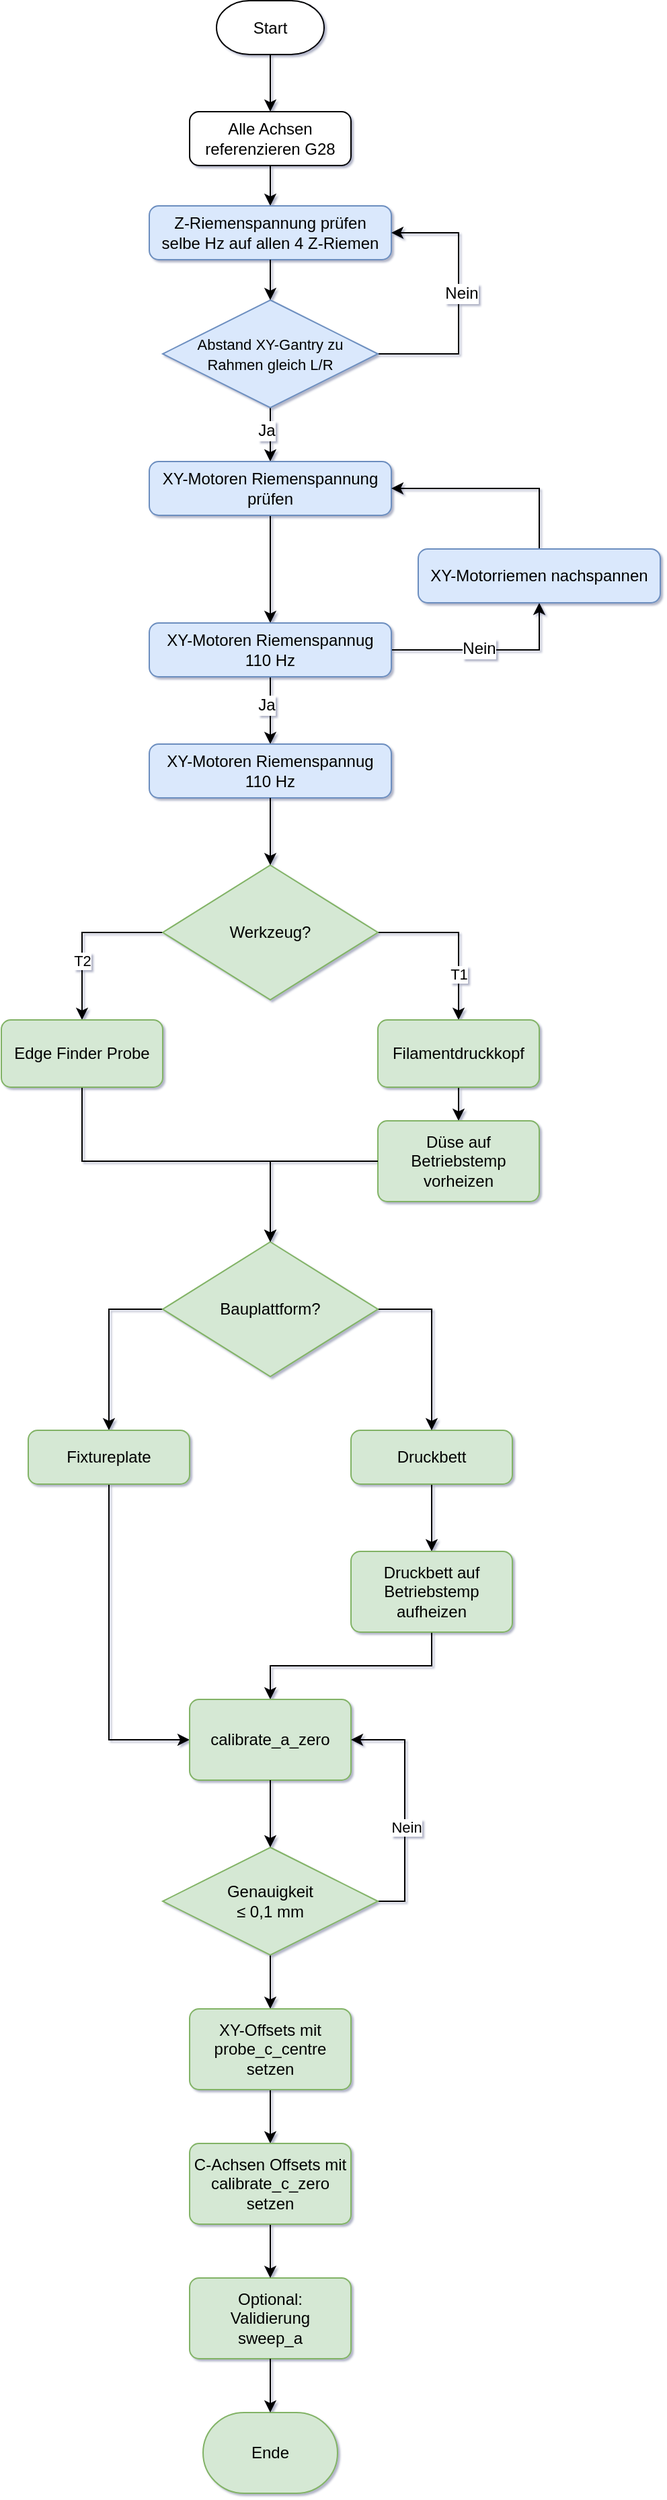
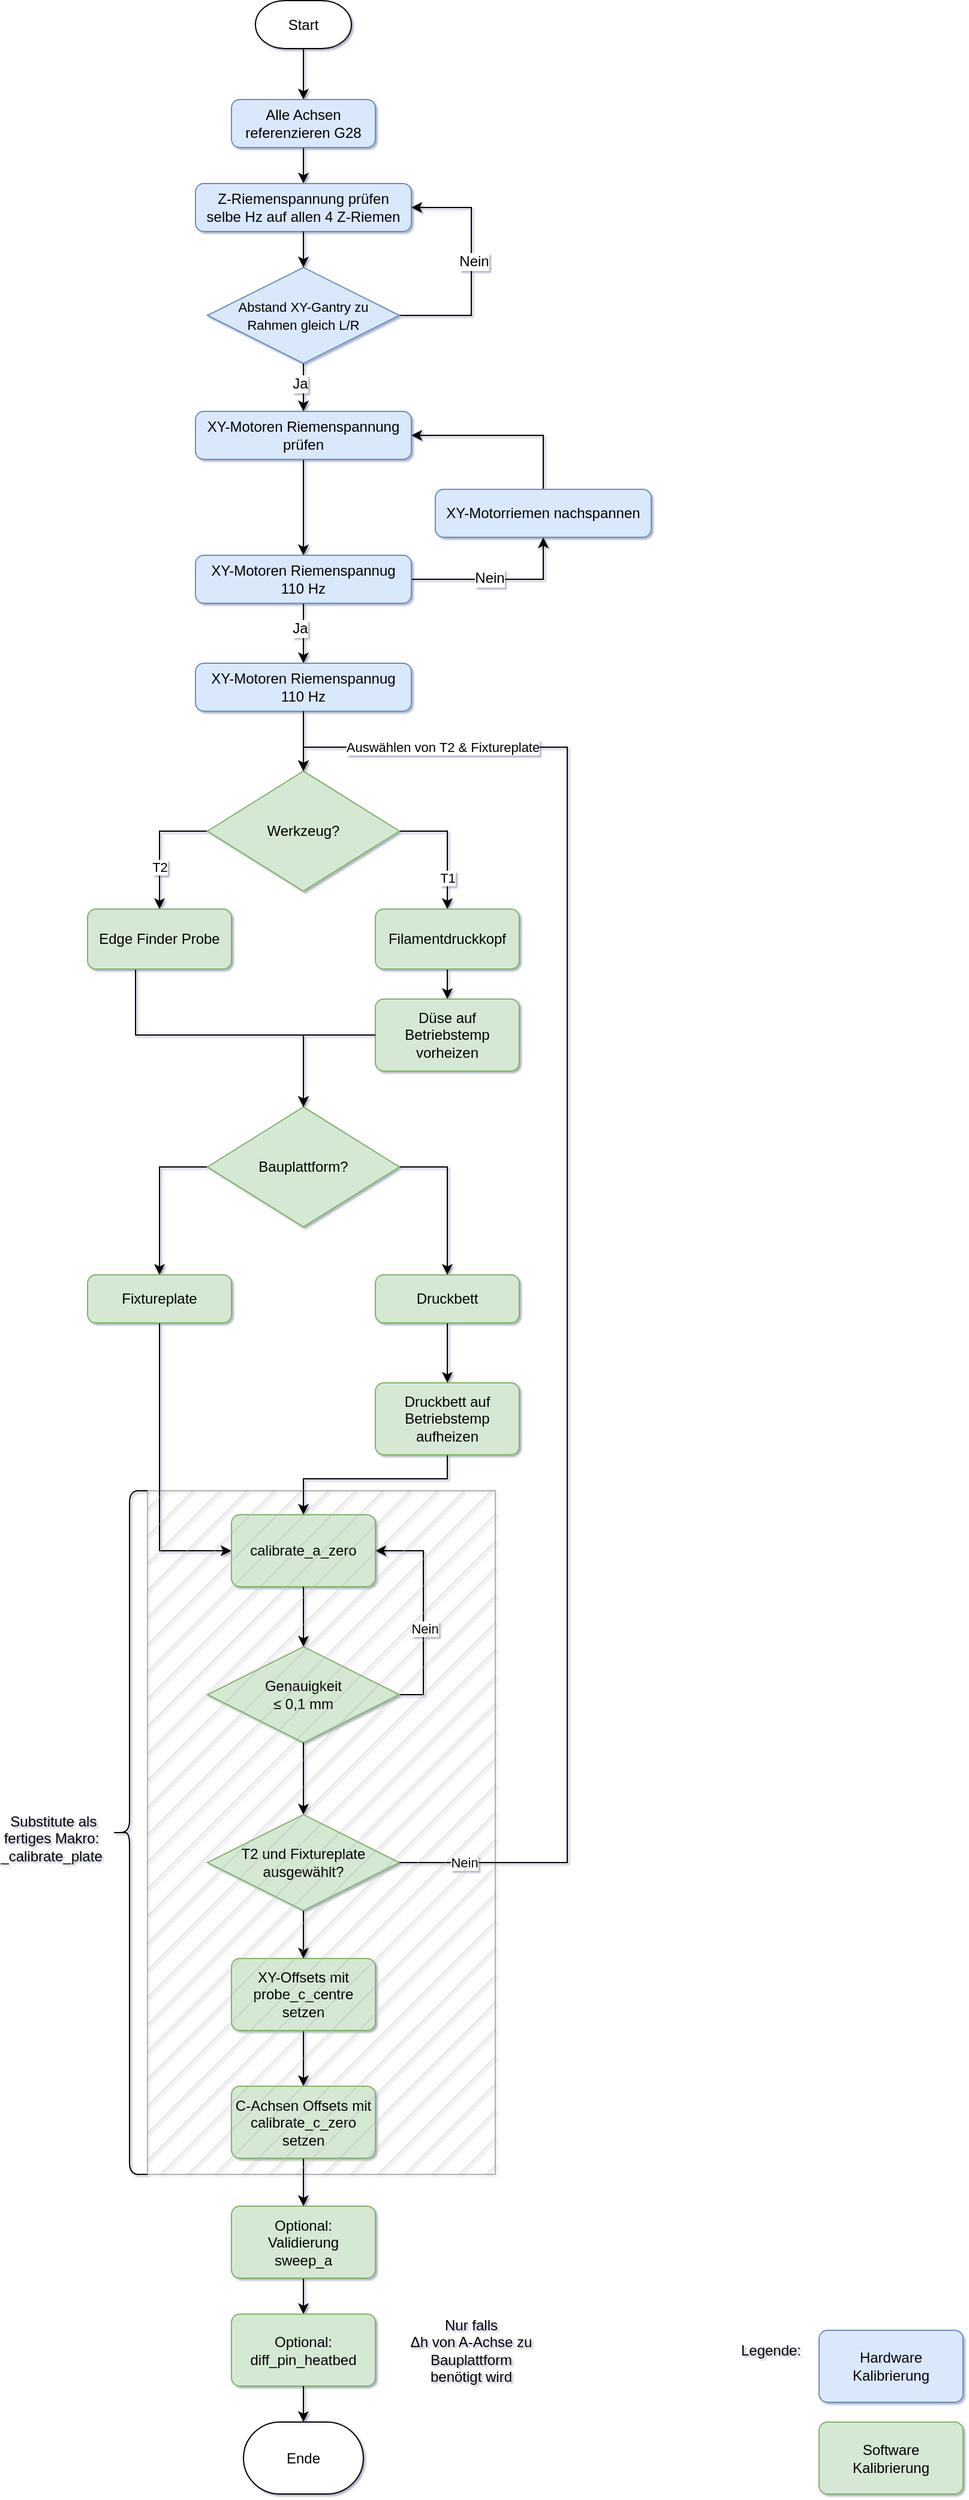
<mxfile host="app.diagrams.net" agent="5.0 (Windows NT 10.0; Win64; x64) AppleWebKit/537.36 (KHTML, like Gecko) Chrome/90.0.4430.212 Safari/537.36">
  <diagram name="Page-1" id="edf60f1a-56cd-e834-aa8a-f176f3a09ee4">
-     <mxGraphModel dx="1285" dy="706" grid="1" gridSize="10" guides="1" tooltips="1" connect="1" arrows="1" fold="1" page="1" pageScale="1" pageWidth="827" pageHeight="1169" background="none" math="0" shadow="1">
+     <mxGraphModel dx="1956" dy="1083" grid="1" gridSize="10" guides="1" tooltips="1" connect="1" arrows="1" fold="1" page="1" pageScale="1" pageWidth="827" pageHeight="1169" background="none" math="0" shadow="1">
      <root>
        <mxCell id="0" />
        <mxCell id="1" parent="0" />
        <mxCell id="6Rv4Ys9wquxRduYXBmIy-14" edge="1" parent="1" source="6Rv4Ys9wquxRduYXBmIy-1" style="edgeStyle=orthogonalEdgeStyle;rounded=0;orthogonalLoop=1;jettySize=auto;html=1;entryX=0.5;entryY=0;entryDx=0;entryDy=0;" target="_VjE9AJelsqWNRG-cR2B-2" value="">
          <mxGeometry relative="1" as="geometry">
            <mxPoint x="260" y="160" as="targetPoint" />
          </mxGeometry>
        </mxCell>
        <mxCell id="6Rv4Ys9wquxRduYXBmIy-1" parent="1" style="rounded=1;whiteSpace=wrap;html=1;strokeWidth=1;shape=mxgraph.flowchart.terminator;" value="Start" vertex="1">
          <mxGeometry height="40" width="80" x="220" y="77.5" as="geometry" />
        </mxCell>
        <mxCell id="_VjE9AJelsqWNRG-cR2B-6" edge="1" parent="1" source="_VjE9AJelsqWNRG-cR2B-2" style="edgeStyle=orthogonalEdgeStyle;rounded=0;orthogonalLoop=1;jettySize=auto;html=1;exitX=0.5;exitY=1;exitDx=0;exitDy=0;entryX=0.5;entryY=0;entryDx=0;entryDy=0;fontFamily=Helvetica;fontSize=12;fontColor=default;" target="_VjE9AJelsqWNRG-cR2B-5">
          <mxGeometry relative="1" as="geometry" />
        </mxCell>
-         <mxCell id="_VjE9AJelsqWNRG-cR2B-2" parent="1" style="rounded=1;whiteSpace=wrap;html=1;absoluteArcSize=1;arcSize=14;strokeWidth=1;strokeColor=default;align=center;verticalAlign=middle;fontFamily=Helvetica;fontSize=12;fontColor=default;fillColor=default;" value="Alle Achsen referenzieren G28" vertex="1">
+         <mxCell id="_VjE9AJelsqWNRG-cR2B-2" parent="1" style="rounded=1;whiteSpace=wrap;html=1;absoluteArcSize=1;arcSize=14;strokeWidth=1;strokeColor=#6c8ebf;align=center;verticalAlign=middle;fontFamily=Helvetica;fontSize=12;fillColor=#dae8fc;" value="Alle Achsen referenzieren G28" vertex="1">
          <mxGeometry height="40" width="120" x="200" y="160" as="geometry" />
        </mxCell>
        <mxCell id="_VjE9AJelsqWNRG-cR2B-5" parent="1" style="rounded=1;whiteSpace=wrap;html=1;absoluteArcSize=1;arcSize=14;strokeWidth=1;strokeColor=#6c8ebf;align=center;verticalAlign=middle;fontFamily=Helvetica;fontSize=12;fillColor=#dae8fc;" value="Z-Riemenspannung prüfen&lt;div&gt;selbe Hz auf allen 4 Z-Riemen&lt;/div&gt;" vertex="1">
          <mxGeometry height="40" width="180" x="170" y="230" as="geometry" />
        </mxCell>
        <mxCell id="_VjE9AJelsqWNRG-cR2B-9" edge="1" parent="1" source="_VjE9AJelsqWNRG-cR2B-7" style="edgeStyle=orthogonalEdgeStyle;rounded=0;orthogonalLoop=1;jettySize=auto;html=1;exitX=1;exitY=0.5;exitDx=0;exitDy=0;exitPerimeter=0;entryX=1;entryY=0.5;entryDx=0;entryDy=0;fontFamily=Helvetica;fontSize=12;fontColor=default;" target="_VjE9AJelsqWNRG-cR2B-5">
          <mxGeometry relative="1" as="geometry">
            <Array as="points">
              <mxPoint x="400" y="340" />
              <mxPoint x="400" y="250" />
            </Array>
          </mxGeometry>
        </mxCell>
        <mxCell id="_VjE9AJelsqWNRG-cR2B-10" connectable="0" parent="_VjE9AJelsqWNRG-cR2B-9" style="edgeLabel;html=1;align=center;verticalAlign=middle;resizable=0;points=[];rounded=1;strokeColor=default;strokeWidth=1;arcSize=14;absoluteArcSize=1;fontFamily=Helvetica;fontSize=12;fontColor=default;fillColor=default;" value="Nein" vertex="1">
          <mxGeometry relative="1" x="0.0496" y="-2" as="geometry">
            <mxPoint as="offset" />
          </mxGeometry>
        </mxCell>
        <mxCell id="_VjE9AJelsqWNRG-cR2B-12" edge="1" parent="1" source="_VjE9AJelsqWNRG-cR2B-7" style="edgeStyle=orthogonalEdgeStyle;rounded=0;orthogonalLoop=1;jettySize=auto;html=1;exitX=0.5;exitY=1;exitDx=0;exitDy=0;exitPerimeter=0;entryX=0.5;entryY=0;entryDx=0;entryDy=0;fontFamily=Helvetica;fontSize=12;fontColor=default;" target="_VjE9AJelsqWNRG-cR2B-16">
          <mxGeometry relative="1" as="geometry">
            <mxPoint x="260" y="430" as="targetPoint" />
          </mxGeometry>
        </mxCell>
        <mxCell id="_VjE9AJelsqWNRG-cR2B-14" connectable="0" parent="_VjE9AJelsqWNRG-cR2B-12" style="edgeLabel;html=1;align=center;verticalAlign=middle;resizable=0;points=[];rounded=1;strokeColor=default;strokeWidth=1;arcSize=14;absoluteArcSize=1;fontFamily=Helvetica;fontSize=12;fontColor=default;fillColor=default;" value="Ja" vertex="1">
          <mxGeometry relative="1" x="-0.1467" y="-3" as="geometry">
            <mxPoint as="offset" />
          </mxGeometry>
        </mxCell>
        <mxCell id="_VjE9AJelsqWNRG-cR2B-7" parent="1" style="strokeWidth=1;html=1;shape=mxgraph.flowchart.decision;whiteSpace=wrap;rounded=1;strokeColor=#6c8ebf;align=center;verticalAlign=middle;arcSize=14;absoluteArcSize=1;fontFamily=Helvetica;fontSize=12;fillColor=#dae8fc;" value="&lt;font style=&quot;font-size: 11px;&quot;&gt;Abstand XY-Gantry zu&lt;br&gt;Rahmen gleich L/R&lt;/font&gt;" vertex="1">
          <mxGeometry height="80" width="160" x="180" y="300" as="geometry" />
        </mxCell>
        <mxCell id="_VjE9AJelsqWNRG-cR2B-8" edge="1" parent="1" source="_VjE9AJelsqWNRG-cR2B-5" style="edgeStyle=orthogonalEdgeStyle;rounded=0;orthogonalLoop=1;jettySize=auto;html=1;exitX=0.5;exitY=1;exitDx=0;exitDy=0;entryX=0.5;entryY=0;entryDx=0;entryDy=0;entryPerimeter=0;fontFamily=Helvetica;fontSize=12;fontColor=default;" target="_VjE9AJelsqWNRG-cR2B-7">
          <mxGeometry relative="1" as="geometry" />
        </mxCell>
        <mxCell id="_VjE9AJelsqWNRG-cR2B-20" edge="1" parent="1" source="_VjE9AJelsqWNRG-cR2B-16" style="edgeStyle=orthogonalEdgeStyle;rounded=0;orthogonalLoop=1;jettySize=auto;html=1;fontFamily=Helvetica;fontSize=12;fontColor=default;" target="_VjE9AJelsqWNRG-cR2B-19" value="">
          <mxGeometry relative="1" as="geometry" />
        </mxCell>
        <mxCell id="_VjE9AJelsqWNRG-cR2B-16" parent="1" style="rounded=1;whiteSpace=wrap;html=1;absoluteArcSize=1;arcSize=14;strokeWidth=1;strokeColor=#6c8ebf;align=center;verticalAlign=middle;fontFamily=Helvetica;fontSize=12;fillColor=#dae8fc;" value="XY-Motoren Riemenspannung prüfen" vertex="1">
          <mxGeometry height="40" width="180" x="170" y="420" as="geometry" />
        </mxCell>
        <mxCell id="_VjE9AJelsqWNRG-cR2B-23" edge="1" parent="1" source="_VjE9AJelsqWNRG-cR2B-19" style="edgeStyle=orthogonalEdgeStyle;rounded=0;orthogonalLoop=1;jettySize=auto;html=1;fontFamily=Helvetica;fontSize=12;fontColor=default;entryX=0.5;entryY=1;entryDx=0;entryDy=0;" target="_VjE9AJelsqWNRG-cR2B-22" value="">
          <mxGeometry relative="1" as="geometry" />
        </mxCell>
        <mxCell id="_VjE9AJelsqWNRG-cR2B-25" connectable="0" parent="_VjE9AJelsqWNRG-cR2B-23" style="edgeLabel;html=1;align=center;verticalAlign=middle;resizable=0;points=[];rounded=1;strokeColor=default;strokeWidth=1;arcSize=14;absoluteArcSize=1;fontFamily=Helvetica;fontSize=12;fontColor=default;fillColor=default;" value="Nein" vertex="1">
          <mxGeometry relative="1" x="-0.1088" y="1" as="geometry">
            <mxPoint as="offset" />
          </mxGeometry>
        </mxCell>
        <mxCell id="_VjE9AJelsqWNRG-cR2B-27" edge="1" parent="1" source="_VjE9AJelsqWNRG-cR2B-19" style="edgeStyle=orthogonalEdgeStyle;rounded=0;orthogonalLoop=1;jettySize=auto;html=1;fontFamily=Helvetica;fontSize=12;fontColor=default;" target="_VjE9AJelsqWNRG-cR2B-26" value="">
          <mxGeometry relative="1" as="geometry" />
        </mxCell>
        <mxCell id="_VjE9AJelsqWNRG-cR2B-28" connectable="0" parent="_VjE9AJelsqWNRG-cR2B-27" style="edgeLabel;html=1;align=center;verticalAlign=middle;resizable=0;points=[];rounded=1;strokeColor=default;strokeWidth=1;arcSize=14;absoluteArcSize=1;fontFamily=Helvetica;fontSize=12;fontColor=default;fillColor=default;" value="Ja" vertex="1">
          <mxGeometry relative="1" x="-0.176" y="-3" as="geometry">
            <mxPoint as="offset" />
          </mxGeometry>
        </mxCell>
        <mxCell id="_VjE9AJelsqWNRG-cR2B-19" parent="1" style="rounded=1;whiteSpace=wrap;html=1;absoluteArcSize=1;arcSize=14;strokeWidth=1;strokeColor=#6c8ebf;align=center;verticalAlign=middle;fontFamily=Helvetica;fontSize=12;fillColor=#dae8fc;" value="XY-Motoren Riemenspannug&lt;div&gt;110 Hz&lt;/div&gt;" vertex="1">
          <mxGeometry height="40" width="180" x="170" y="540" as="geometry" />
        </mxCell>
        <mxCell id="_VjE9AJelsqWNRG-cR2B-24" edge="1" parent="1" source="_VjE9AJelsqWNRG-cR2B-22" style="edgeStyle=orthogonalEdgeStyle;rounded=0;orthogonalLoop=1;jettySize=auto;html=1;exitX=0.5;exitY=0;exitDx=0;exitDy=0;entryX=1;entryY=0.5;entryDx=0;entryDy=0;fontFamily=Helvetica;fontSize=12;fontColor=default;" target="_VjE9AJelsqWNRG-cR2B-16">
          <mxGeometry relative="1" as="geometry" />
        </mxCell>
        <mxCell id="_VjE9AJelsqWNRG-cR2B-22" parent="1" style="rounded=1;whiteSpace=wrap;html=1;absoluteArcSize=1;arcSize=14;strokeWidth=1;strokeColor=#6c8ebf;align=center;verticalAlign=middle;fontFamily=Helvetica;fontSize=12;fillColor=#dae8fc;" value="XY-Motorriemen nachspannen" vertex="1">
          <mxGeometry height="40" width="180" x="370" y="485" as="geometry" />
        </mxCell>
        <mxCell id="_VjE9AJelsqWNRG-cR2B-26" parent="1" style="rounded=1;whiteSpace=wrap;html=1;absoluteArcSize=1;arcSize=14;strokeWidth=1;strokeColor=#6c8ebf;align=center;verticalAlign=middle;fontFamily=Helvetica;fontSize=12;fillColor=#dae8fc;" value="XY-Motoren Riemenspannug&lt;div&gt;110 Hz&lt;/div&gt;" vertex="1">
          <mxGeometry height="40" width="180" x="170" y="630" as="geometry" />
        </mxCell>
        <mxCell id="yzWLUrRVBPCjE_x2O5sb-3" edge="1" parent="1" source="_VjE9AJelsqWNRG-cR2B-31" style="edgeStyle=orthogonalEdgeStyle;rounded=0;orthogonalLoop=1;jettySize=auto;html=1;exitX=0;exitY=0.5;exitDx=0;exitDy=0;exitPerimeter=0;entryX=0.5;entryY=0;entryDx=0;entryDy=0;" target="_VjE9AJelsqWNRG-cR2B-47">
          <mxGeometry relative="1" as="geometry" />
        </mxCell>
        <mxCell id="yzWLUrRVBPCjE_x2O5sb-6" connectable="0" parent="yzWLUrRVBPCjE_x2O5sb-3" style="edgeLabel;html=1;align=center;verticalAlign=middle;resizable=0;points=[];" value="T2" vertex="1">
          <mxGeometry relative="1" x="0.0798" y="-2" as="geometry">
            <mxPoint x="2" y="13" as="offset" />
          </mxGeometry>
        </mxCell>
        <mxCell id="yzWLUrRVBPCjE_x2O5sb-4" edge="1" parent="1" source="_VjE9AJelsqWNRG-cR2B-31" style="edgeStyle=orthogonalEdgeStyle;rounded=0;orthogonalLoop=1;jettySize=auto;html=1;exitX=1;exitY=0.5;exitDx=0;exitDy=0;exitPerimeter=0;entryX=0.5;entryY=0;entryDx=0;entryDy=0;" target="_VjE9AJelsqWNRG-cR2B-33">
          <mxGeometry relative="1" as="geometry" />
        </mxCell>
        <mxCell id="yzWLUrRVBPCjE_x2O5sb-5" connectable="0" parent="yzWLUrRVBPCjE_x2O5sb-4" style="edgeLabel;html=1;align=center;verticalAlign=middle;resizable=0;points=[];" value="T1" vertex="1">
          <mxGeometry relative="1" x="0.1738" y="2" as="geometry">
            <mxPoint x="-2" y="17" as="offset" />
          </mxGeometry>
        </mxCell>
        <mxCell id="_VjE9AJelsqWNRG-cR2B-31" parent="1" style="strokeWidth=1;html=1;shape=mxgraph.flowchart.decision;whiteSpace=wrap;rounded=1;align=center;verticalAlign=middle;arcSize=14;absoluteArcSize=1;fontFamily=Helvetica;fontSize=12;fillColor=#d5e8d4;strokeColor=#82b366;" value="Werkzeug?" vertex="1">
          <mxGeometry height="100" width="160" x="180" y="720" as="geometry" />
        </mxCell>
        <mxCell id="_VjE9AJelsqWNRG-cR2B-32" edge="1" parent="1" source="_VjE9AJelsqWNRG-cR2B-26" style="edgeStyle=orthogonalEdgeStyle;rounded=0;orthogonalLoop=1;jettySize=auto;html=1;exitX=0.5;exitY=1;exitDx=0;exitDy=0;entryX=0.5;entryY=0;entryDx=0;entryDy=0;entryPerimeter=0;fontFamily=Helvetica;fontSize=12;fontColor=default;" target="_VjE9AJelsqWNRG-cR2B-31">
          <mxGeometry relative="1" as="geometry" />
        </mxCell>
        <mxCell id="yzWLUrRVBPCjE_x2O5sb-7" edge="1" parent="1" source="_VjE9AJelsqWNRG-cR2B-33" style="edgeStyle=orthogonalEdgeStyle;rounded=0;orthogonalLoop=1;jettySize=auto;html=1;exitX=0.5;exitY=1;exitDx=0;exitDy=0;entryX=0.5;entryY=0;entryDx=0;entryDy=0;" target="_VjE9AJelsqWNRG-cR2B-52">
          <mxGeometry relative="1" as="geometry" />
        </mxCell>
        <mxCell id="_VjE9AJelsqWNRG-cR2B-33" parent="1" style="whiteSpace=wrap;html=1;strokeWidth=1;rounded=1;arcSize=14;absoluteArcSize=1;fillColor=#d5e8d4;strokeColor=#82b366;" value="Filamentdruckkopf" vertex="1">
-           <mxGeometry height="50" width="120" x="340" y="835" as="geometry" />
+           <mxGeometry height="50" width="120" x="320" y="835" as="geometry" />
        </mxCell>
        <mxCell id="-hY4OvKay7_CAMQPIOxO-2" edge="1" parent="1" source="_VjE9AJelsqWNRG-cR2B-36" style="edgeStyle=orthogonalEdgeStyle;rounded=0;orthogonalLoop=1;jettySize=auto;html=1;" target="-hY4OvKay7_CAMQPIOxO-1" value="">
          <mxGeometry relative="1" as="geometry" />
        </mxCell>
        <mxCell id="_VjE9AJelsqWNRG-cR2B-36" parent="1" style="whiteSpace=wrap;html=1;strokeWidth=1;rounded=1;arcSize=14;absoluteArcSize=1;fillColor=#d5e8d4;strokeColor=#82b366;" value="Druckbett" vertex="1">
          <mxGeometry height="40" width="120" x="320" y="1140" as="geometry" />
        </mxCell>
        <mxCell id="_VjE9AJelsqWNRG-cR2B-73" edge="1" parent="1" source="_VjE9AJelsqWNRG-cR2B-42" style="edgeStyle=orthogonalEdgeStyle;rounded=0;orthogonalLoop=1;jettySize=auto;html=1;exitX=1;exitY=0.5;exitDx=0;exitDy=0;exitPerimeter=0;entryX=0.5;entryY=0;entryDx=0;entryDy=0;fontFamily=Helvetica;fontSize=12;fontColor=default;" target="_VjE9AJelsqWNRG-cR2B-36">
          <mxGeometry relative="1" as="geometry" />
        </mxCell>
        <mxCell id="_VjE9AJelsqWNRG-cR2B-74" edge="1" parent="1" source="_VjE9AJelsqWNRG-cR2B-42" style="edgeStyle=orthogonalEdgeStyle;rounded=0;orthogonalLoop=1;jettySize=auto;html=1;exitX=0;exitY=0.5;exitDx=0;exitDy=0;exitPerimeter=0;entryX=0.5;entryY=0;entryDx=0;entryDy=0;fontFamily=Helvetica;fontSize=12;fontColor=default;" target="_VjE9AJelsqWNRG-cR2B-45">
          <mxGeometry relative="1" as="geometry" />
        </mxCell>
        <mxCell id="_VjE9AJelsqWNRG-cR2B-42" parent="1" style="strokeWidth=1;html=1;shape=mxgraph.flowchart.decision;whiteSpace=wrap;rounded=1;align=center;verticalAlign=middle;arcSize=14;absoluteArcSize=1;fontFamily=Helvetica;fontSize=12;fillColor=#d5e8d4;strokeColor=#82b366;" value="Bauplattform?" vertex="1">
          <mxGeometry height="100" width="160" x="180" y="1000" as="geometry" />
        </mxCell>
        <mxCell id="yzWLUrRVBPCjE_x2O5sb-12" edge="1" parent="1" source="_VjE9AJelsqWNRG-cR2B-45" style="edgeStyle=orthogonalEdgeStyle;rounded=0;orthogonalLoop=1;jettySize=auto;html=1;entryX=0;entryY=0.5;entryDx=0;entryDy=0;" target="-hY4OvKay7_CAMQPIOxO-3" value="">
          <mxGeometry relative="1" as="geometry">
            <mxPoint x="140" y="1230" as="targetPoint" />
          </mxGeometry>
        </mxCell>
        <mxCell id="_VjE9AJelsqWNRG-cR2B-45" parent="1" style="whiteSpace=wrap;html=1;strokeWidth=1;rounded=1;arcSize=14;absoluteArcSize=1;fillColor=#d5e8d4;strokeColor=#82b366;" value="Fixtureplate" vertex="1">
          <mxGeometry height="40" width="120" x="80" y="1140" as="geometry" />
        </mxCell>
        <mxCell id="yzWLUrRVBPCjE_x2O5sb-10" edge="1" parent="1" source="_VjE9AJelsqWNRG-cR2B-47" style="edgeStyle=orthogonalEdgeStyle;rounded=0;orthogonalLoop=1;jettySize=auto;html=1;exitX=0.5;exitY=1;exitDx=0;exitDy=0;">
          <mxGeometry relative="1" as="geometry">
            <Array as="points">
              <mxPoint x="120" y="940" />
              <mxPoint x="260" y="940" />
            </Array>
            <mxPoint x="260" y="1000" as="targetPoint" />
          </mxGeometry>
        </mxCell>
        <mxCell id="_VjE9AJelsqWNRG-cR2B-47" parent="1" style="whiteSpace=wrap;html=1;strokeWidth=1;rounded=1;arcSize=14;absoluteArcSize=1;fillColor=#d5e8d4;strokeColor=#82b366;" value="Edge Finder Probe" vertex="1">
-           <mxGeometry height="50" width="120" x="60" y="835" as="geometry" />
+           <mxGeometry height="50" width="120" x="80" y="835" as="geometry" />
        </mxCell>
        <mxCell id="_VjE9AJelsqWNRG-cR2B-52" parent="1" style="whiteSpace=wrap;html=1;strokeWidth=1;rounded=1;arcSize=14;absoluteArcSize=1;fillColor=#d5e8d4;strokeColor=#82b366;" value="Düse auf Betriebstemp vorheizen" vertex="1">
-           <mxGeometry height="60" width="120" x="340" y="910" as="geometry" />
+           <mxGeometry height="60" width="120" x="320" y="910" as="geometry" />
        </mxCell>
        <mxCell id="yzWLUrRVBPCjE_x2O5sb-14" edge="1" parent="1" source="-hY4OvKay7_CAMQPIOxO-1" style="edgeStyle=orthogonalEdgeStyle;rounded=0;orthogonalLoop=1;jettySize=auto;html=1;exitX=0.5;exitY=1;exitDx=0;exitDy=0;entryX=0.5;entryY=0;entryDx=0;entryDy=0;" target="-hY4OvKay7_CAMQPIOxO-3">
-           <mxGeometry relative="1" as="geometry" />
+           <mxGeometry relative="1" as="geometry">
+             <Array as="points">
+               <mxPoint x="380" y="1310" />
+               <mxPoint x="260" y="1310" />
+             </Array>
+           </mxGeometry>
        </mxCell>
        <mxCell id="-hY4OvKay7_CAMQPIOxO-1" parent="1" style="whiteSpace=wrap;html=1;strokeWidth=1;rounded=1;arcSize=14;absoluteArcSize=1;fillColor=#d5e8d4;strokeColor=#82b366;" value="Druckbett auf Betriebstemp&lt;br&gt;aufheizen" vertex="1">
          <mxGeometry height="60" width="120" x="320" y="1230" as="geometry" />
        </mxCell>
        <mxCell id="-hY4OvKay7_CAMQPIOxO-3" parent="1" style="whiteSpace=wrap;html=1;strokeWidth=1;rounded=1;arcSize=14;absoluteArcSize=1;fillColor=#d5e8d4;strokeColor=#82b366;" value="calibrate_a_zero" vertex="1">
          <mxGeometry height="60" width="120" x="200" y="1340" as="geometry" />
        </mxCell>
        <mxCell id="-hY4OvKay7_CAMQPIOxO-7" edge="1" parent="1" source="-hY4OvKay7_CAMQPIOxO-5" style="edgeStyle=orthogonalEdgeStyle;rounded=0;orthogonalLoop=1;jettySize=auto;html=1;exitX=1;exitY=0.5;exitDx=0;exitDy=0;exitPerimeter=0;entryX=1;entryY=0.5;entryDx=0;entryDy=0;" target="-hY4OvKay7_CAMQPIOxO-3">
          <mxGeometry relative="1" as="geometry" />
        </mxCell>
        <mxCell id="-hY4OvKay7_CAMQPIOxO-8" connectable="0" parent="-hY4OvKay7_CAMQPIOxO-7" style="edgeLabel;html=1;align=center;verticalAlign=middle;resizable=0;points=[];" value="Nein" vertex="1">
          <mxGeometry relative="1" x="-0.1603" y="-1" as="geometry">
            <mxPoint as="offset" />
          </mxGeometry>
        </mxCell>
-         <mxCell id="yzWLUrRVBPCjE_x2O5sb-16" edge="1" parent="1" source="-hY4OvKay7_CAMQPIOxO-5" style="edgeStyle=orthogonalEdgeStyle;rounded=0;orthogonalLoop=1;jettySize=auto;html=1;" target="yzWLUrRVBPCjE_x2O5sb-15" value="">
-           <mxGeometry relative="1" as="geometry" />
-         </mxCell>
        <mxCell id="-hY4OvKay7_CAMQPIOxO-5" parent="1" style="strokeWidth=1;html=1;shape=mxgraph.flowchart.decision;whiteSpace=wrap;rounded=1;align=center;verticalAlign=middle;arcSize=14;absoluteArcSize=1;fontFamily=Helvetica;fontSize=12;fillColor=#d5e8d4;strokeColor=#82b366;" value="Genauigkeit&lt;br&gt;≤ 0,1 mm" vertex="1">
          <mxGeometry height="80" width="160" x="180" y="1450" as="geometry" />
        </mxCell>
        <mxCell id="-hY4OvKay7_CAMQPIOxO-6" edge="1" parent="1" source="-hY4OvKay7_CAMQPIOxO-3" style="edgeStyle=orthogonalEdgeStyle;rounded=0;orthogonalLoop=1;jettySize=auto;html=1;exitX=0.5;exitY=1;exitDx=0;exitDy=0;entryX=0.5;entryY=0;entryDx=0;entryDy=0;entryPerimeter=0;" target="-hY4OvKay7_CAMQPIOxO-5">
          <mxGeometry relative="1" as="geometry" />
        </mxCell>
+         <mxCell id="FIi98QtTblRB16goCm3a-5" edge="1" parent="1" source="-hY4OvKay7_CAMQPIOxO-9" style="edgeStyle=orthogonalEdgeStyle;rounded=0;orthogonalLoop=1;jettySize=auto;html=1;exitX=0.5;exitY=1;exitDx=0;exitDy=0;entryX=0.5;entryY=0;entryDx=0;entryDy=0;" target="FIi98QtTblRB16goCm3a-4">
+           <mxGeometry relative="1" as="geometry" />
+         </mxCell>
        <mxCell id="-hY4OvKay7_CAMQPIOxO-9" parent="1" style="whiteSpace=wrap;html=1;strokeWidth=1;rounded=1;arcSize=14;absoluteArcSize=1;fillColor=#d5e8d4;strokeColor=#82b366;" value="Optional: &lt;br&gt;Validierung&lt;br&gt;sweep_a" vertex="1">
-           <mxGeometry height="60" width="120" x="200" y="1770" as="geometry" />
-         </mxCell>
-         <mxCell id="-hY4OvKay7_CAMQPIOxO-11" parent="1" style="strokeWidth=1;html=1;shape=mxgraph.flowchart.terminator;whiteSpace=wrap;fillColor=#d5e8d4;strokeColor=#82b366;" value="Ende" vertex="1">
-           <mxGeometry height="60" width="100" x="210" y="1870" as="geometry" />
+           <mxGeometry height="60" width="120" x="200" y="1916.5" as="geometry" />
+         </mxCell>
+         <mxCell id="-hY4OvKay7_CAMQPIOxO-11" parent="1" style="strokeWidth=1;html=1;shape=mxgraph.flowchart.terminator;whiteSpace=wrap;" value="Ende" vertex="1">
+           <mxGeometry height="60" width="100" x="210" y="2096.5" as="geometry" />
        </mxCell>
        <mxCell id="yzWLUrRVBPCjE_x2O5sb-9" edge="1" parent="1" source="_VjE9AJelsqWNRG-cR2B-52" style="edgeStyle=orthogonalEdgeStyle;rounded=0;orthogonalLoop=1;jettySize=auto;html=1;exitX=0;exitY=0.5;exitDx=0;exitDy=0;entryX=0.5;entryY=0;entryDx=0;entryDy=0;entryPerimeter=0;" target="_VjE9AJelsqWNRG-cR2B-42">
          <mxGeometry relative="1" as="geometry">
            <Array as="points">
              <mxPoint x="260" y="940" />
            </Array>
          </mxGeometry>
        </mxCell>
        <mxCell id="yzWLUrRVBPCjE_x2O5sb-18" edge="1" parent="1" source="yzWLUrRVBPCjE_x2O5sb-15" style="edgeStyle=orthogonalEdgeStyle;rounded=0;orthogonalLoop=1;jettySize=auto;html=1;" target="yzWLUrRVBPCjE_x2O5sb-17" value="">
          <mxGeometry relative="1" as="geometry" />
        </mxCell>
        <mxCell id="yzWLUrRVBPCjE_x2O5sb-15" parent="1" style="whiteSpace=wrap;html=1;strokeWidth=1;rounded=1;arcSize=14;absoluteArcSize=1;fillColor=#d5e8d4;strokeColor=#82b366;" value="XY-Offsets mit&lt;div&gt;probe_c_centre setzen&lt;/div&gt;" vertex="1">
-           <mxGeometry height="60" width="120" x="200" y="1570" as="geometry" />
+           <mxGeometry height="60" width="120" x="200" y="1710" as="geometry" />
        </mxCell>
        <mxCell id="yzWLUrRVBPCjE_x2O5sb-19" edge="1" parent="1" source="yzWLUrRVBPCjE_x2O5sb-17" style="edgeStyle=orthogonalEdgeStyle;rounded=0;orthogonalLoop=1;jettySize=auto;html=1;exitX=0.5;exitY=1;exitDx=0;exitDy=0;entryX=0.5;entryY=0;entryDx=0;entryDy=0;" target="-hY4OvKay7_CAMQPIOxO-9">
          <mxGeometry relative="1" as="geometry" />
        </mxCell>
        <mxCell id="yzWLUrRVBPCjE_x2O5sb-17" parent="1" style="whiteSpace=wrap;html=1;strokeWidth=1;rounded=1;arcSize=14;absoluteArcSize=1;fillColor=#d5e8d4;strokeColor=#82b366;" value="C-Achsen Offsets mit calibrate_c_zero setzen" vertex="1">
-           <mxGeometry height="60" width="120" x="200" y="1670" as="geometry" />
-         </mxCell>
-         <mxCell id="yzWLUrRVBPCjE_x2O5sb-20" edge="1" parent="1" source="-hY4OvKay7_CAMQPIOxO-9" style="edgeStyle=orthogonalEdgeStyle;rounded=0;orthogonalLoop=1;jettySize=auto;html=1;exitX=0.5;exitY=1;exitDx=0;exitDy=0;entryX=0.5;entryY=0;entryDx=0;entryDy=0;entryPerimeter=0;" target="-hY4OvKay7_CAMQPIOxO-11">
-           <mxGeometry relative="1" as="geometry" />
+           <mxGeometry height="60" width="120" x="200" y="1816.5" as="geometry" />
+         </mxCell>
+         <mxCell id="FIi98QtTblRB16goCm3a-4" parent="1" style="whiteSpace=wrap;html=1;strokeWidth=1;rounded=1;arcSize=14;absoluteArcSize=1;fillColor=#d5e8d4;strokeColor=#82b366;" value="Optional: &lt;br&gt;diff_pin_heatbed" vertex="1">
+           <mxGeometry height="60" width="120" x="200" y="2006.5" as="geometry" />
+         </mxCell>
+         <mxCell id="FIi98QtTblRB16goCm3a-6" edge="1" parent="1" source="FIi98QtTblRB16goCm3a-4" style="edgeStyle=orthogonalEdgeStyle;rounded=0;orthogonalLoop=1;jettySize=auto;html=1;exitX=0.5;exitY=1;exitDx=0;exitDy=0;entryX=0.5;entryY=0;entryDx=0;entryDy=0;entryPerimeter=0;" target="-hY4OvKay7_CAMQPIOxO-11">
+           <mxGeometry relative="1" as="geometry" />
+         </mxCell>
+         <mxCell id="FIi98QtTblRB16goCm3a-8" parent="1" style="text;html=1;whiteSpace=wrap;strokeColor=none;fillColor=none;align=center;verticalAlign=middle;rounded=0;" value="Nur falls&lt;div&gt;Δh von A-Achse zu Bauplattform&lt;/div&gt;&lt;div&gt;benötigt wird&lt;/div&gt;" vertex="1">
+           <mxGeometry height="30" width="140" x="330" y="2021.5" as="geometry" />
+         </mxCell>
+         <mxCell id="FIi98QtTblRB16goCm3a-20" edge="1" parent="1" source="FIi98QtTblRB16goCm3a-15" style="edgeStyle=orthogonalEdgeStyle;rounded=0;orthogonalLoop=1;jettySize=auto;html=1;exitX=0.5;exitY=1;exitDx=0;exitDy=0;exitPerimeter=0;entryX=0.5;entryY=0;entryDx=0;entryDy=0;" target="yzWLUrRVBPCjE_x2O5sb-15">
+           <mxGeometry relative="1" as="geometry" />
+         </mxCell>
+         <mxCell id="FIi98QtTblRB16goCm3a-15" parent="1" style="strokeWidth=1;html=1;shape=mxgraph.flowchart.decision;whiteSpace=wrap;rounded=1;align=center;verticalAlign=middle;arcSize=14;absoluteArcSize=1;fontFamily=Helvetica;fontSize=12;fillColor=#d5e8d4;strokeColor=#82b366;" value="T2 und Fixtureplate ausgewählt?" vertex="1">
+           <mxGeometry height="80" width="160" x="180" y="1590" as="geometry" />
+         </mxCell>
+         <mxCell id="FIi98QtTblRB16goCm3a-16" edge="1" parent="1" source="-hY4OvKay7_CAMQPIOxO-5" style="edgeStyle=orthogonalEdgeStyle;rounded=0;orthogonalLoop=1;jettySize=auto;html=1;exitX=0.5;exitY=1;exitDx=0;exitDy=0;exitPerimeter=0;entryX=0.5;entryY=0;entryDx=0;entryDy=0;entryPerimeter=0;" target="FIi98QtTblRB16goCm3a-15">
+           <mxGeometry relative="1" as="geometry" />
+         </mxCell>
+         <mxCell id="FIi98QtTblRB16goCm3a-17" edge="1" parent="1" source="FIi98QtTblRB16goCm3a-15" style="edgeStyle=orthogonalEdgeStyle;rounded=0;orthogonalLoop=1;jettySize=auto;html=1;exitX=1;exitY=0.5;exitDx=0;exitDy=0;exitPerimeter=0;entryX=0.5;entryY=0;entryDx=0;entryDy=0;entryPerimeter=0;" target="_VjE9AJelsqWNRG-cR2B-31">
+           <mxGeometry relative="1" as="geometry">
+             <Array as="points">
+               <mxPoint x="480" y="1630" />
+               <mxPoint x="480" y="700" />
+               <mxPoint x="260" y="700" />
+             </Array>
+           </mxGeometry>
+         </mxCell>
+         <mxCell id="FIi98QtTblRB16goCm3a-18" connectable="0" parent="FIi98QtTblRB16goCm3a-17" style="edgeLabel;html=1;align=center;verticalAlign=middle;resizable=0;points=[];" value="Nein" vertex="1">
+           <mxGeometry relative="1" x="-0.9178" as="geometry">
+             <mxPoint as="offset" />
+           </mxGeometry>
+         </mxCell>
+         <mxCell id="FIi98QtTblRB16goCm3a-28" connectable="0" parent="FIi98QtTblRB16goCm3a-17" style="edgeLabel;html=1;align=center;verticalAlign=middle;resizable=0;points=[];" value="Auswählen von T2 &amp;amp; Fixtureplate" vertex="1">
+           <mxGeometry relative="1" x="0.7933" as="geometry">
+             <mxPoint as="offset" />
+           </mxGeometry>
+         </mxCell>
+         <mxCell id="FIi98QtTblRB16goCm3a-22" parent="1" style="text;html=1;whiteSpace=wrap;strokeColor=none;fillColor=none;align=center;verticalAlign=middle;rounded=0;" value="&amp;nbsp;Substitute als fertiges Makro: _calibrate_plate" vertex="1">
+           <mxGeometry height="30" width="60" x="20" y="1595" as="geometry" />
+         </mxCell>
+         <mxCell id="FIi98QtTblRB16goCm3a-25" parent="1" style="whiteSpace=wrap;html=1;strokeWidth=1;rounded=1;arcSize=14;absoluteArcSize=1;fillColor=#d5e8d4;strokeColor=#82b366;" value="Software&lt;div&gt;Kalibrierung&lt;/div&gt;" vertex="1">
+           <mxGeometry height="60" width="120" x="690" y="2096.5" as="geometry" />
+         </mxCell>
+         <mxCell id="FIi98QtTblRB16goCm3a-26" parent="1" style="whiteSpace=wrap;html=1;strokeWidth=1;rounded=1;arcSize=14;absoluteArcSize=1;fillColor=#dae8fc;strokeColor=#6c8ebf;" value="Hardware&lt;br&gt;Kalibrierung" vertex="1">
+           <mxGeometry height="60" width="120" x="690" y="2020" as="geometry" />
+         </mxCell>
+         <mxCell id="FIi98QtTblRB16goCm3a-27" parent="1" style="text;html=1;whiteSpace=wrap;strokeColor=none;fillColor=none;align=center;verticalAlign=middle;rounded=0;" value="Legende:" vertex="1">
+           <mxGeometry height="30" width="60" x="620" y="2021.5" as="geometry" />
+         </mxCell>
+         <mxCell id="FIi98QtTblRB16goCm3a-30" connectable="0" parent="1" style="group" value="" vertex="1">
+           <mxGeometry height="570" width="320" x="100" y="1320" as="geometry" />
+         </mxCell>
+         <mxCell id="FIi98QtTblRB16goCm3a-21" parent="FIi98QtTblRB16goCm3a-30" style="shape=curlyBracket;whiteSpace=wrap;html=1;rounded=1;labelPosition=left;verticalLabelPosition=middle;align=right;verticalAlign=middle;" value="" vertex="1">
+           <mxGeometry height="569.9999999999999" width="30" as="geometry" />
+         </mxCell>
+         <mxCell id="FIi98QtTblRB16goCm3a-29" parent="FIi98QtTblRB16goCm3a-30" style="whiteSpace=wrap;html=1;fillColor=#B3B3B3;fillStyle=hatch;gradientColor=none;opacity=30;" value="" vertex="1">
+           <mxGeometry height="569.9999999999999" width="290" x="30" as="geometry" />
        </mxCell>
      </root>
    </mxGraphModel>
  </diagram>
</mxfile>
